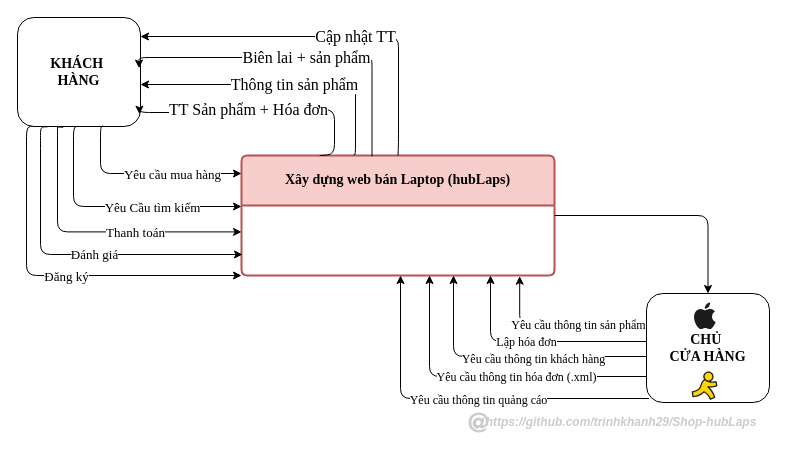
Before: page "Sơ đồ DFD" (3 of 5) of shop-hubLaps.drawio in trinhkhanh29/Shop-hubLaps, a draw.io diagram. Source tidied: cells renumbered, new cells numbered last; positions are measured from the earlier drawing's top-left corner, leaving out a move shared by most shapes. Both pictures are drawn from the tidied source at 100%, with x=0, y=0 at pixel (17, 17).
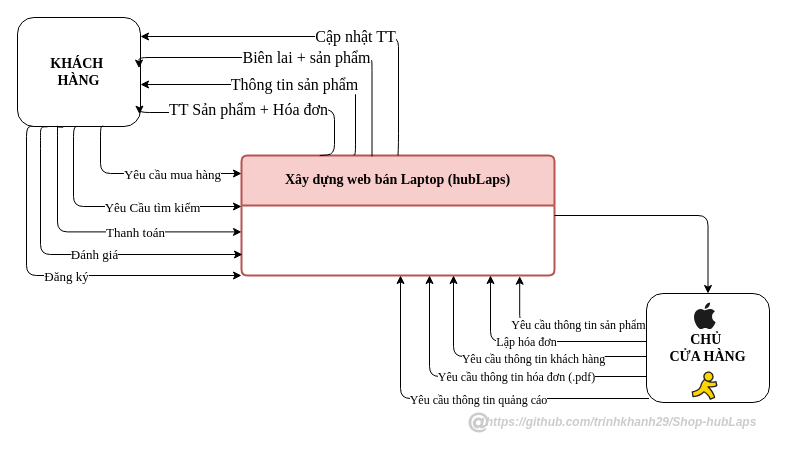
The same diagram, later.

Unchanged cells that the change refers to:
```xml
<mxCell id="26" style="edgeStyle=orthogonalEdgeStyle;rounded=1;jettySize=auto;html=1;curved=0;" parent="2" edge="1" source="34">
  <mxGeometry relative="1" as="geometry">
    <mxPoint x="412" y="258" as="targetPoint" />
    <Array as="points">
      <mxPoint x="412" y="359" />
    </Array>
  </mxGeometry>
</mxCell>
```

Change to the diagram source:
```diff
@@
-    <mxCell id="27" value="Yêu cầu thông tin hóa đơn (.xml)" style="edgeLabel;html=1;align=center;verticalAlign=middle;fontFamily=Times New Roman;fontSize=12;" parent="26" vertex="1">
+    <mxCell id="27" value="Yêu cầu thông tin hóa đơn (.pdf)" style="edgeLabel;html=1;align=center;verticalAlign=middle;fontFamily=Times New Roman;fontSize=12;" parent="26" vertex="1">
       <mxGeometry x="0.22" y="1" relative="1" as="geometry">
         <mxPoint x="63" y="-1" as="offset" />
       </mxGeometry>
     </mxCell>
```
